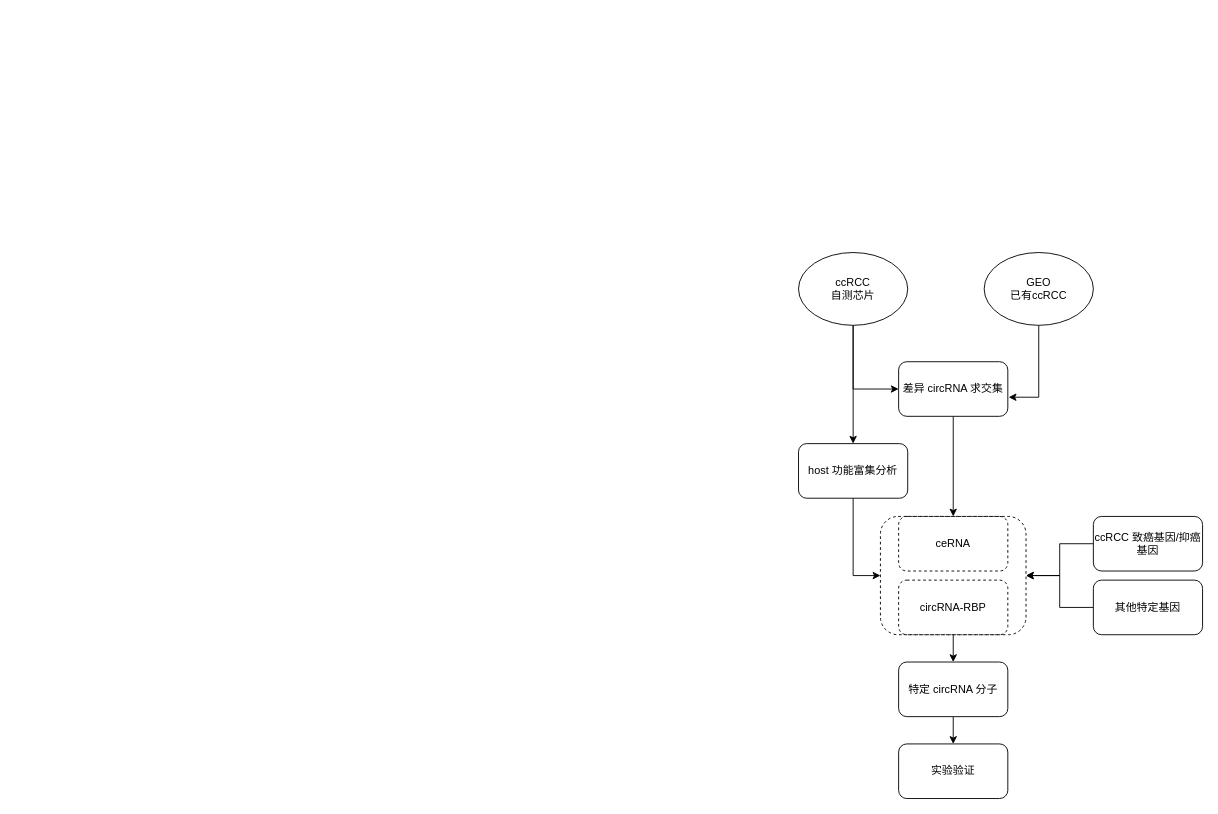
Earlier version of the draw.io diagram zhoulilin.drawio (gnilihzeux/Bioinformatics_Pipeline). Source tidied: cells renumbered, new cells numbered last; positions are measured from the earlier drawing's top-left corner, leaving out a move shared by most shapes. Both pictures are drawn from the tidied source at 91%, with x=0, y=0 at pixel (798, 252).
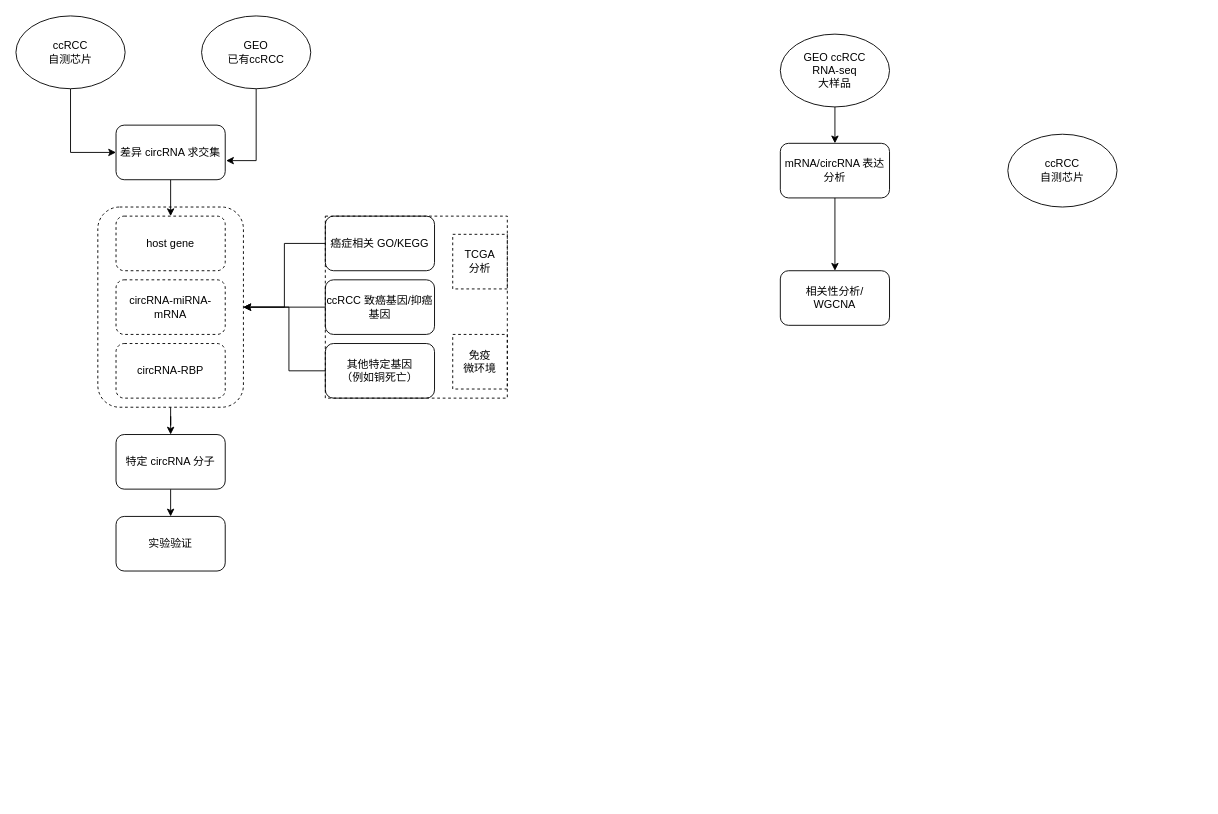
The same page after the edit.

Change to the diagram source:
```diff
@@
-    <mxCell id="3" style="edgeStyle=orthogonalEdgeStyle;rounded=0;jettySize=auto;html=1;entryX=0.5;entryY=0;entryDx=0;entryDy=0;" parent="1" edge="1" source="4" target="16">
-      <mxGeometry relative="1" as="geometry" />
-    </mxCell>
     <mxCell id="4" value="ccRCC&lt;br&gt;自测芯片" style="ellipse;whiteSpace=wrap;html=1;" parent="1" vertex="1">
-      <mxGeometry width="120" height="80" as="geometry" />
+      <mxGeometry x="-860" y="-260" width="120" height="80" as="geometry" />
     </mxCell>
@@
     <mxCell id="6" value="GEO&lt;br&gt;已有ccRCC" style="ellipse;whiteSpace=wrap;html=1;" parent="1" vertex="1">
-      <mxGeometry x="204" width="120" height="80" as="geometry" />
+      <mxGeometry x="-656" y="-260" width="120" height="80" as="geometry" />
     </mxCell>
-    <mxCell id="7" style="edgeStyle=orthogonalEdgeStyle;rounded=0;jettySize=auto;html=1;" parent="1" edge="1" source="8" target="20">
-      <mxGeometry relative="1" as="geometry" />
-    </mxCell>
+    <mxCell id="22" style="edgeStyle=orthogonalEdgeStyle;rounded=0;jettySize=auto;html=1;" parent="1" edge="1" source="8" target="27">
+      <mxGeometry relative="1" as="geometry" />
+    </mxCell>
     <mxCell id="8" value="差异 circRNA 求交集" style="rounded=1;whiteSpace=wrap;html=1;" parent="1" vertex="1">
-      <mxGeometry x="110" y="120" width="120" height="60" as="geometry" />
+      <mxGeometry x="-750" y="-140" width="120" height="60" as="geometry" />
     </mxCell>
     <mxCell id="9" style="edgeStyle=orthogonalEdgeStyle;rounded=0;jettySize=auto;html=1;exitX=0.5;exitY=1;exitDx=0;exitDy=0;" parent="1" edge="1" source="10">
       <mxGeometry relative="1" as="geometry">
-        <mxPoint x="170" y="540" as="targetPoint" />
+        <mxPoint x="-690" y="290" as="targetPoint" />
       </mxGeometry>
     </mxCell>
     <mxCell id="10" value="特定 circRNA 分子" style="rounded=1;whiteSpace=wrap;html=1;" parent="1" vertex="1">
-      <mxGeometry x="110" y="450" width="120" height="60" as="geometry" />
+      <mxGeometry x="-750" y="200" width="120" height="60" as="geometry" />
     </mxCell>
-    <mxCell id="11" style="edgeStyle=orthogonalEdgeStyle;rounded=0;jettySize=auto;html=1;entryX=1;entryY=0.5;entryDx=0;entryDy=0;" parent="1" edge="1" source="12" target="20">
-      <mxGeometry relative="1" as="geometry" />
-    </mxCell>
+    <mxCell id="23" style="edgeStyle=orthogonalEdgeStyle;rounded=0;jettySize=auto;html=1;exitX=0;exitY=0.5;exitDx=0;exitDy=0;" parent="1" edge="1" source="12">
+      <mxGeometry relative="1" as="geometry">
+        <mxPoint x="-610" y="60" as="targetPoint" />
+      </mxGeometry>
+    </mxCell>
     <mxCell id="12" value="ccRCC 致癌基因/抑癌基因" style="rounded=1;whiteSpace=wrap;html=1;" parent="1" vertex="1">
-      <mxGeometry x="324" y="290" width="120" height="60" as="geometry" />
+      <mxGeometry x="-520" y="30" width="120" height="60" as="geometry" />
     </mxCell>
-    <mxCell id="13" style="edgeStyle=orthogonalEdgeStyle;rounded=0;jettySize=auto;html=1;entryX=1;entryY=0.5;entryDx=0;entryDy=0;" parent="1" edge="1" source="14" target="20">
-      <mxGeometry relative="1" as="geometry" />
-    </mxCell>
+    <mxCell id="24" style="edgeStyle=orthogonalEdgeStyle;rounded=0;jettySize=auto;html=1;exitX=0;exitY=0.5;exitDx=0;exitDy=0;" parent="1" edge="1" source="14">
+      <mxGeometry relative="1" as="geometry">
+        <mxPoint x="-610" y="60" as="targetPoint" />
+        <Array as="points">
+          <mxPoint x="-560" y="130" />
+          <mxPoint x="-560" y="60" />
+        </Array>
+      </mxGeometry>
+    </mxCell>
-    <mxCell id="14" value="其他特定基因" style="rounded=1;whiteSpace=wrap;html=1;" parent="1" vertex="1">
-      <mxGeometry x="324" y="360" width="120" height="60" as="geometry" />
+    <mxCell id="14" value="其他特定基因&lt;br&gt;（例如铜死亡）" style="rounded=1;whiteSpace=wrap;html=1;" parent="1" vertex="1">
+      <mxGeometry x="-520" y="100" width="120" height="60" as="geometry" />
     </mxCell>
-    <mxCell id="15" style="edgeStyle=orthogonalEdgeStyle;rounded=0;jettySize=auto;html=1;exitX=0.5;exitY=1;exitDx=0;exitDy=0;entryX=0;entryY=0.5;entryDx=0;entryDy=0;" parent="1" edge="1" source="16" target="20">
+    <mxCell id="15" style="edgeStyle=orthogonalEdgeStyle;rounded=0;jettySize=auto;html=1;exitX=0;exitY=0.5;exitDx=0;exitDy=0;entryX=1;entryY=0.5;entryDx=0;entryDy=0;" parent="1" edge="1" source="16" target="20">
       <mxGeometry relative="1" as="geometry" />
     </mxCell>
-    <mxCell id="16" value="host 功能富集分析" style="rounded=1;whiteSpace=wrap;html=1;" parent="1" vertex="1">
-      <mxGeometry y="210" width="120" height="60" as="geometry" />
+    <mxCell id="16" value="癌症相关 GO/KEGG" style="rounded=1;whiteSpace=wrap;html=1;" parent="1" vertex="1">
+      <mxGeometry x="-520" y="-40" width="120" height="60" as="geometry" />
     </mxCell>
-    <mxCell id="17" value="ceRNA" style="rounded=1;whiteSpace=wrap;html=1;dashed=1;" parent="1" vertex="1">
-      <mxGeometry x="110" y="290" width="120" height="60" as="geometry" />
+    <mxCell id="17" value="circRNA-miRNA-mRNA" style="rounded=1;whiteSpace=wrap;html=1;dashed=1;" parent="1" vertex="1">
+      <mxGeometry x="-750" y="30" width="120" height="60" as="geometry" />
     </mxCell>
     <mxCell id="18" value="circRNA-RBP" style="rounded=1;whiteSpace=wrap;html=1;dashed=1;" parent="1" vertex="1">
-      <mxGeometry x="110" y="360" width="120" height="60" as="geometry" />
+      <mxGeometry x="-750" y="100" width="120" height="60" as="geometry" />
     </mxCell>
-    <mxCell id="19" style="edgeStyle=orthogonalEdgeStyle;rounded=0;jettySize=auto;html=1;exitX=0.5;exitY=1;exitDx=0;exitDy=0;entryX=0.5;entryY=0;entryDx=0;entryDy=0;" parent="1" edge="1" source="20" target="10">
+    <mxCell id="19" style="edgeStyle=orthogonalEdgeStyle;rounded=0;jettySize=auto;html=1;" parent="1" edge="1" source="20" target="10">
       <mxGeometry relative="1" as="geometry" />
     </mxCell>
     <mxCell id="20" style="rounded=1;whiteSpace=wrap;html=1;dashed=1;fillColor=none;" parent="1" vertex="1">
-      <mxGeometry x="90" y="290" width="160" height="130" as="geometry" />
+      <mxGeometry x="-770" y="-50" width="160" height="220" as="geometry" />
     </mxCell>
     <mxCell id="21" value="实验验证" style="rounded=1;whiteSpace=wrap;html=1;fillColor=none;" parent="1" vertex="1">
-      <mxGeometry x="110" y="540" width="120" height="60" as="geometry" />
+      <mxGeometry x="-750" y="290" width="120" height="60" as="geometry" />
     </mxCell>
+    <mxCell id="25" style="edgeStyle=orthogonalEdgeStyle;rounded=0;jettySize=auto;html=1;exitX=0.5;exitY=1;exitDx=0;exitDy=0;entryX=0.5;entryY=0;entryDx=0;entryDy=0;" parent="1" edge="1" source="26" target="32">
+      <mxGeometry relative="1" as="geometry" />
+    </mxCell>
+    <mxCell id="26" value="GEO ccRCC&lt;br&gt;RNA-seq &lt;br&gt;大样品" style="ellipse;whiteSpace=wrap;html=1;fillColor=none;" parent="1" vertex="1">
+      <mxGeometry x="-20" y="-240" width="120" height="80" as="geometry" />
+    </mxCell>
+    <mxCell id="27" value="host gene" style="rounded=1;whiteSpace=wrap;html=1;fillColor=none;dashed=1;" parent="1" vertex="1">
+      <mxGeometry x="-750" y="-40" width="120" height="60" as="geometry" />
+    </mxCell>
+    <mxCell id="28" style="rounded=0;whiteSpace=wrap;html=1;dashed=1;fillColor=none;" parent="1" vertex="1">
+      <mxGeometry x="-520" y="-40" width="200" height="200" as="geometry" />
+    </mxCell>
+    <mxCell id="29" value="TCGA &lt;br&gt;分析" style="rounded=0;whiteSpace=wrap;html=1;dashed=1;fillColor=none;" parent="1" vertex="1">
+      <mxGeometry x="-380" y="-20" width="60" height="60" as="geometry" />
+    </mxCell>
+    <mxCell id="30" value="免疫&lt;br&gt;微环境" style="rounded=0;whiteSpace=wrap;html=1;dashed=1;fillColor=none;" parent="1" vertex="1">
+      <mxGeometry x="-380" y="90" width="60" height="60" as="geometry" />
+    </mxCell>
+    <mxCell id="31" style="edgeStyle=orthogonalEdgeStyle;rounded=0;jettySize=auto;html=1;" parent="1" edge="1" source="32" target="34">
+      <mxGeometry relative="1" as="geometry" />
+    </mxCell>
+    <mxCell id="32" value="mRNA/circRNA 表达分析" style="rounded=1;whiteSpace=wrap;html=1;fillColor=none;" parent="1" vertex="1">
+      <mxGeometry x="-20" y="-120" width="120" height="60" as="geometry" />
+    </mxCell>
+    <mxCell id="33" value="ccRCC&lt;br&gt;自测芯片" style="ellipse;whiteSpace=wrap;html=1;" parent="1" vertex="1">
+      <mxGeometry x="230" y="-130" width="120" height="80" as="geometry" />
+    </mxCell>
+    <mxCell id="34" value="相关性分析/&lt;br&gt;WGCNA" style="rounded=1;whiteSpace=wrap;html=1;fillColor=none;" parent="1" vertex="1">
+      <mxGeometry x="-20" y="20" width="120" height="60" as="geometry" />
+    </mxCell>
```
